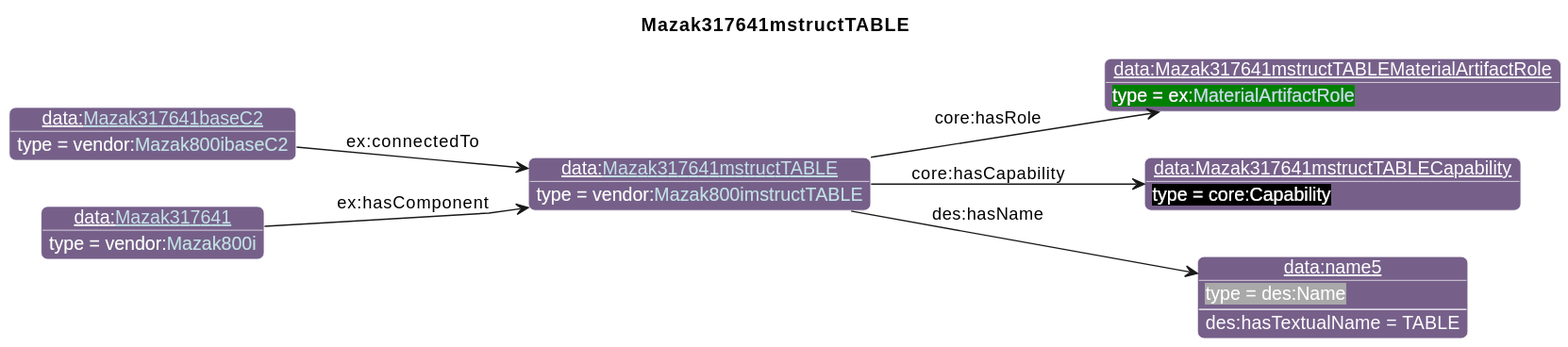
Above: diagrams/Mazak317641mstructTABLE.svg in iofoundry/example-syseng-mtconnect (PlantUML), before the change.
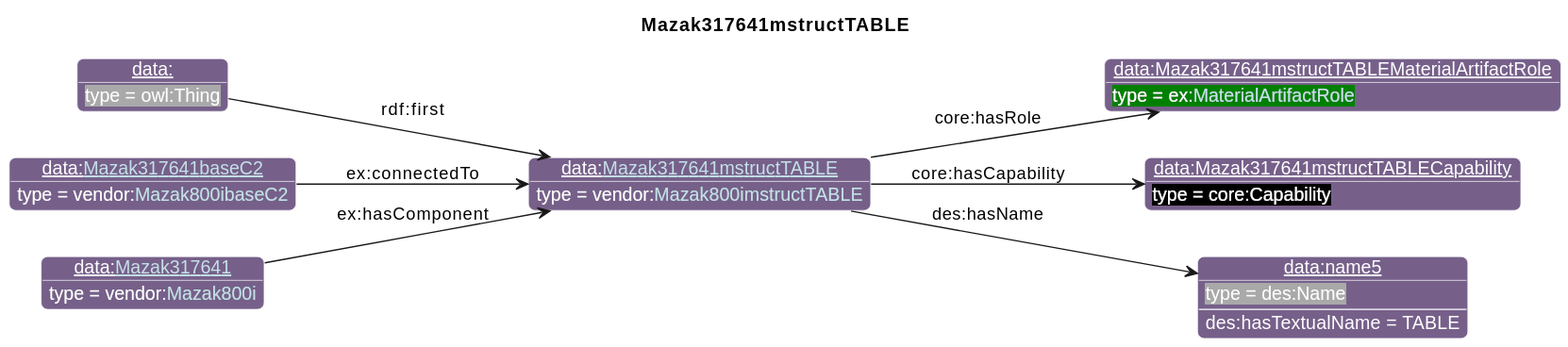
After the commit.

What changed in the source:
```diff
@@ -29,12 +29,14 @@
 individual(o1, data:Mazak317641mstructTABLEMaterialArtifactRole, ex:[[../Example.html#MaterialArtifactRole MaterialArtifactRole]])
 individual(o2, data:Mazak317641mstructTABLECapability, core:Capability)
 individual(o3, data:name5, des:Name)
-individual(o4, data:[[./Mazak317641baseC2.html Mazak317641baseC2]], vendor:[[../Mazak.html#Mazak800ibaseC2 Mazak800ibaseC2]])
-individual(o5, data:[[./Mazak317641.html Mazak317641]], vendor:[[../Mazak.html#Mazak800i Mazak800i]])
+individual(o4, data:, owl:Thing)
+individual(o5, data:[[./Mazak317641baseC2.html Mazak317641baseC2]], vendor:[[../Mazak.html#Mazak800ibaseC2 Mazak800ibaseC2]])
+individual(o6, data:[[./Mazak317641.html Mazak317641]], vendor:[[../Mazak.html#Mazak800i Mazak800i]])
 property(o0, "core:hasRole", o1)
 property(o0, "core:hasCapability", o2)
 property(o0, "des:hasName", o3)
 data(o3, "des:hasTextualName", "TABLE")
-property(o4, "ex:connectedTo", o0)
-property(o5, "ex:hasComponent", o0)
+property(o4, "rdf:first", o0)
+property(o5, "ex:connectedTo", o0)
+property(o6, "ex:hasComponent", o0)
 @enduml
```
